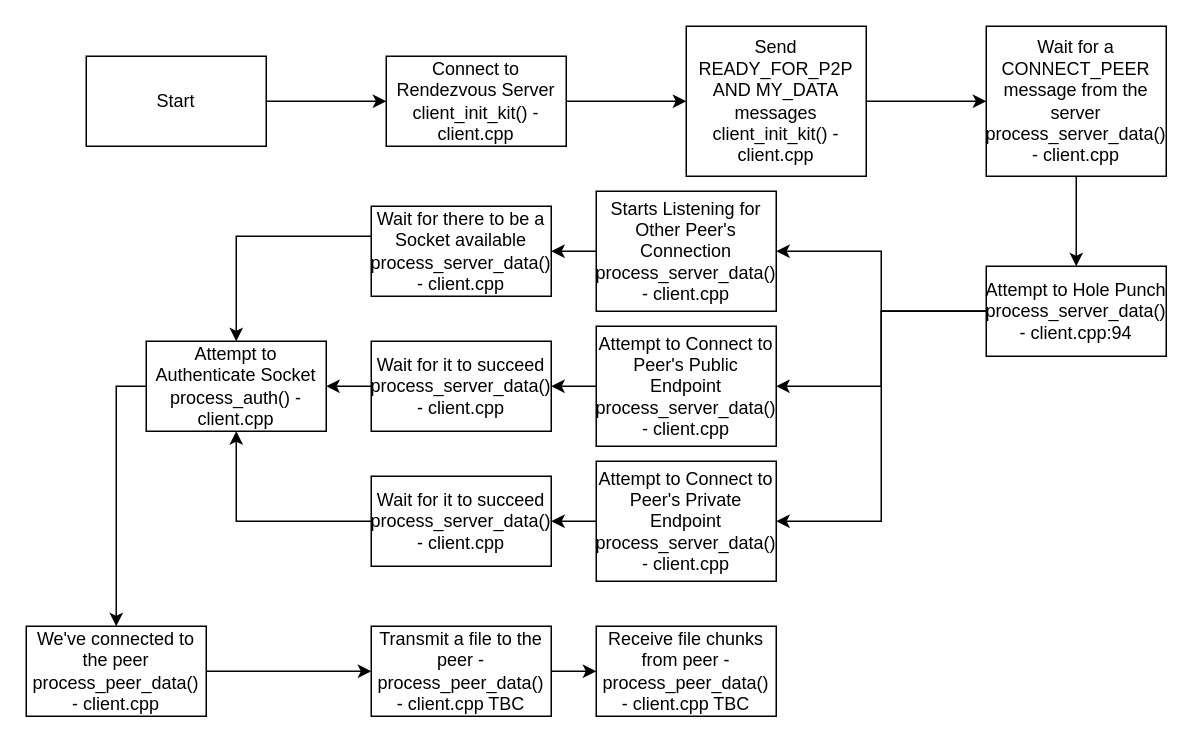
Above: doc/happy path.drawio in Bobscorn/ptop (draw.io), before the change. Source tidied: cells renumbered, new cells numbered last; positions are measured from the earlier drawing's top-left corner, leaving out a move shared by most shapes. Both pictures are drawn from the tidied source at 150%, with x=0, y=0 at pixel (26, 26).
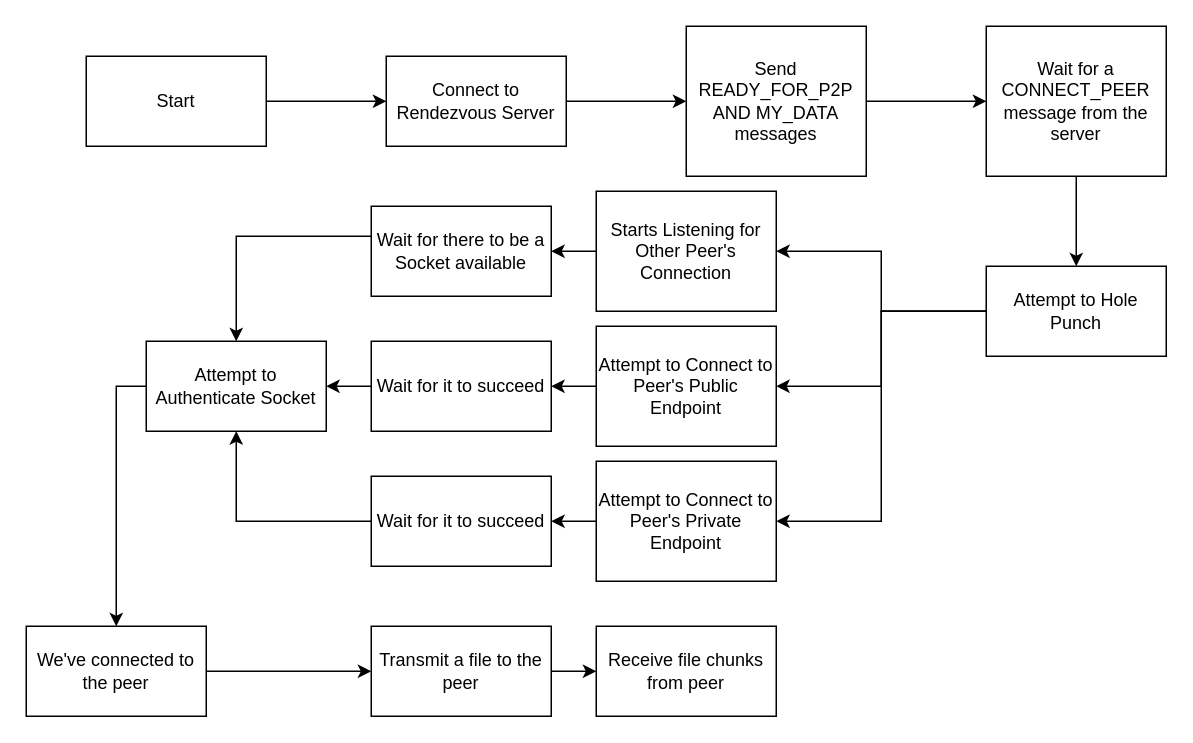
After the change.

Diff of the diagram source:
```diff
@@
-    <mxCell id="5" value="Connect to Rendezvous Server&lt;br&gt;client_init_kit() - client.cpp" style="rounded=0;whiteSpace=wrap;html=1;" parent="1" vertex="1">
+    <mxCell id="5" value="Connect to Rendezvous Server" style="rounded=0;whiteSpace=wrap;html=1;" parent="1" vertex="1">
       <mxGeometry x="240" y="20" width="120" height="60" as="geometry" />
     </mxCell>
@@
-    <mxCell id="7" value="Send READY_FOR_P2P AND MY_DATA messages&lt;br&gt;client_init_kit() - client.cpp" style="whiteSpace=wrap;html=1;rounded=0;" parent="1" vertex="1">
+    <mxCell id="7" value="Send READY_FOR_P2P AND MY_DATA messages" style="whiteSpace=wrap;html=1;rounded=0;" parent="1" vertex="1">
       <mxGeometry x="440" width="120" height="100" as="geometry" />
     </mxCell>
@@
-    <mxCell id="9" value="Wait for a CONNECT_PEER message from the server&lt;br&gt;process_server_data() - client.cpp" style="whiteSpace=wrap;html=1;rounded=0;" parent="1" vertex="1">
+    <mxCell id="9" value="Wait for a CONNECT_PEER message from the server" style="whiteSpace=wrap;html=1;rounded=0;" parent="1" vertex="1">
       <mxGeometry x="640" width="120" height="100" as="geometry" />
     </mxCell>
@@
-    <mxCell id="13" value="Attempt to Hole Punch&lt;br&gt;process_server_data() - client.cpp:94" style="whiteSpace=wrap;html=1;rounded=0;" parent="1" vertex="1">
+    <mxCell id="13" value="Attempt to Hole Punch" style="whiteSpace=wrap;html=1;rounded=0;" parent="1" vertex="1">
       <mxGeometry x="640" y="160" width="120" height="60" as="geometry" />
     </mxCell>
@@
-    <mxCell id="15" value="Starts Listening for Other Peer's Connection&lt;br&gt;process_server_data() - client.cpp" style="whiteSpace=wrap;html=1;rounded=0;" parent="1" vertex="1">
+    <mxCell id="15" value="Starts Listening for Other Peer's Connection" style="whiteSpace=wrap;html=1;rounded=0;" parent="1" vertex="1">
       <mxGeometry x="380" y="110" width="120" height="80" as="geometry" />
     </mxCell>
@@
-    <mxCell id="17" value="Attempt to Connect to Peer's Public Endpoint&lt;br&gt;process_server_data() - client.cpp" style="whiteSpace=wrap;html=1;rounded=0;" parent="1" vertex="1">
+    <mxCell id="17" value="Attempt to Connect to Peer's Public Endpoint" style="whiteSpace=wrap;html=1;rounded=0;" parent="1" vertex="1">
       <mxGeometry x="380" y="200" width="120" height="80" as="geometry" />
     </mxCell>
@@
-    <mxCell id="19" value="Attempt to Connect to Peer's Private Endpoint&lt;br&gt;process_server_data() - client.cpp" style="whiteSpace=wrap;html=1;rounded=0;" parent="1" vertex="1">
+    <mxCell id="19" value="Attempt to Connect to Peer's Private Endpoint" style="whiteSpace=wrap;html=1;rounded=0;" parent="1" vertex="1">
       <mxGeometry x="380" y="290" width="120" height="80" as="geometry" />
     </mxCell>
@@
-    <mxCell id="21" value="Attempt to Authenticate Socket&lt;br&gt;process_auth() - client.cpp" style="whiteSpace=wrap;html=1;rounded=0;" parent="1" vertex="1">
+    <mxCell id="21" value="Attempt to Authenticate Socket" style="whiteSpace=wrap;html=1;rounded=0;" parent="1" vertex="1">
       <mxGeometry x="80" y="210" width="120" height="60" as="geometry" />
     </mxCell>
@@
-    <mxCell id="23" value="Wait for there to be a Socket available&lt;br&gt;process_server_data() - client.cpp" style="whiteSpace=wrap;html=1;rounded=0;" parent="1" vertex="1">
+    <mxCell id="23" value="Wait for there to be a Socket available" style="whiteSpace=wrap;html=1;rounded=0;" parent="1" vertex="1">
       <mxGeometry x="230" y="120" width="120" height="60" as="geometry" />
     </mxCell>
@@
-    <mxCell id="25" value="Wait for it to succeed&lt;br&gt;process_server_data() - client.cpp" style="whiteSpace=wrap;html=1;rounded=0;" parent="1" vertex="1">
+    <mxCell id="25" value="Wait for it to succeed" style="whiteSpace=wrap;html=1;rounded=0;" parent="1" vertex="1">
       <mxGeometry x="230" y="210" width="120" height="60" as="geometry" />
     </mxCell>
@@
-    <mxCell id="27" value="Wait for it to succeed process_server_data() - client.cpp" style="whiteSpace=wrap;html=1;rounded=0;" parent="1" vertex="1">
+    <mxCell id="27" value="Wait for it to succeed" style="whiteSpace=wrap;html=1;rounded=0;" parent="1" vertex="1">
       <mxGeometry x="230" y="300" width="120" height="60" as="geometry" />
     </mxCell>
@@
-    <mxCell id="29" value="We've connected to the peer&lt;br&gt;process_peer_data() - client.cpp" style="whiteSpace=wrap;html=1;rounded=0;" parent="1" vertex="1">
+    <mxCell id="29" value="We've connected to the peer" style="whiteSpace=wrap;html=1;rounded=0;" parent="1" vertex="1">
       <mxGeometry y="400" width="120" height="60" as="geometry" />
     </mxCell>
@@
-    <mxCell id="31" value="Transmit a file to the peer - process_peer_data() - client.cpp TBC" style="whiteSpace=wrap;html=1;rounded=0;" parent="1" vertex="1">
+    <mxCell id="31" value="Transmit a file to the peer" style="whiteSpace=wrap;html=1;rounded=0;" parent="1" vertex="1">
       <mxGeometry x="230" y="400" width="120" height="60" as="geometry" />
     </mxCell>
-    <mxCell id="32" value="Receive file chunks from peer - process_peer_data() - client.cpp TBC" style="whiteSpace=wrap;html=1;rounded=0;" parent="1" vertex="1">
+    <mxCell id="32" value="Receive file chunks from peer" style="whiteSpace=wrap;html=1;rounded=0;" parent="1" vertex="1">
       <mxGeometry x="380" y="400" width="120" height="60" as="geometry" />
     </mxCell>
```
